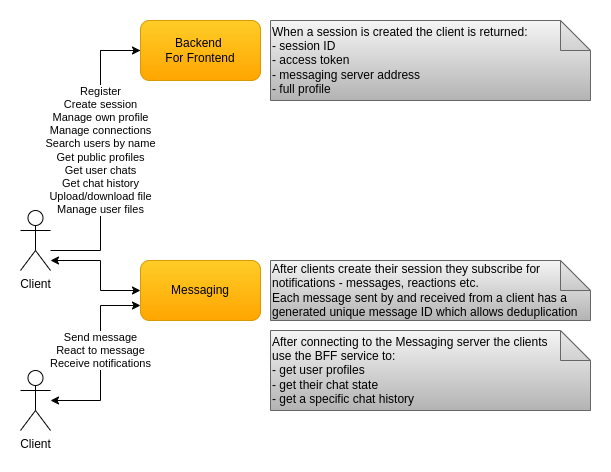
Before: docs/images/cecochat-clients.png, a diagram exported from draw.io (cvetomir-todorov/CecoChat). Source tidied: cells renumbered, new cells last; positions are measured from the earlier drawing's top-left corner, leaving out a move shared by most shapes.
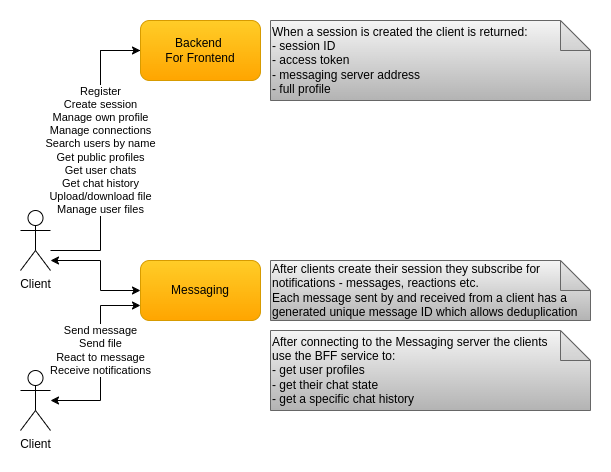
Above is the later version.

What changed in the source:
```diff
@@ -27,7 +27,7 @@
     <mxCell id="6" value="Client" style="shape=umlActor;verticalLabelPosition=bottom;verticalAlign=top;html=1;outlineConnect=0;" parent="1" vertex="1">
       <mxGeometry y="190" width="30" height="60" as="geometry" />
     </mxCell>
-    <mxCell id="7" value="Send message&lt;br&gt;React to message&lt;br&gt;Receive notifications" style="edgeStyle=orthogonalEdgeStyle;rounded=0;jettySize=auto;html=1;entryX=0;entryY=0.75;entryDx=0;entryDy=0;startArrow=classic;startFill=1;" parent="1" edge="1" source="8" target="9">
+    <mxCell id="7" value="Send message&lt;br&gt;Send file&lt;br&gt;React to message&lt;br&gt;Receive notifications" style="edgeStyle=orthogonalEdgeStyle;rounded=0;jettySize=auto;html=1;entryX=0;entryY=0.75;entryDx=0;entryDy=0;startArrow=classic;startFill=1;" parent="1" edge="1" source="8" target="9">
       <mxGeometry x="0.08" relative="1" as="geometry">
         <Array as="points">
           <mxPoint x="80" y="380" />
```
